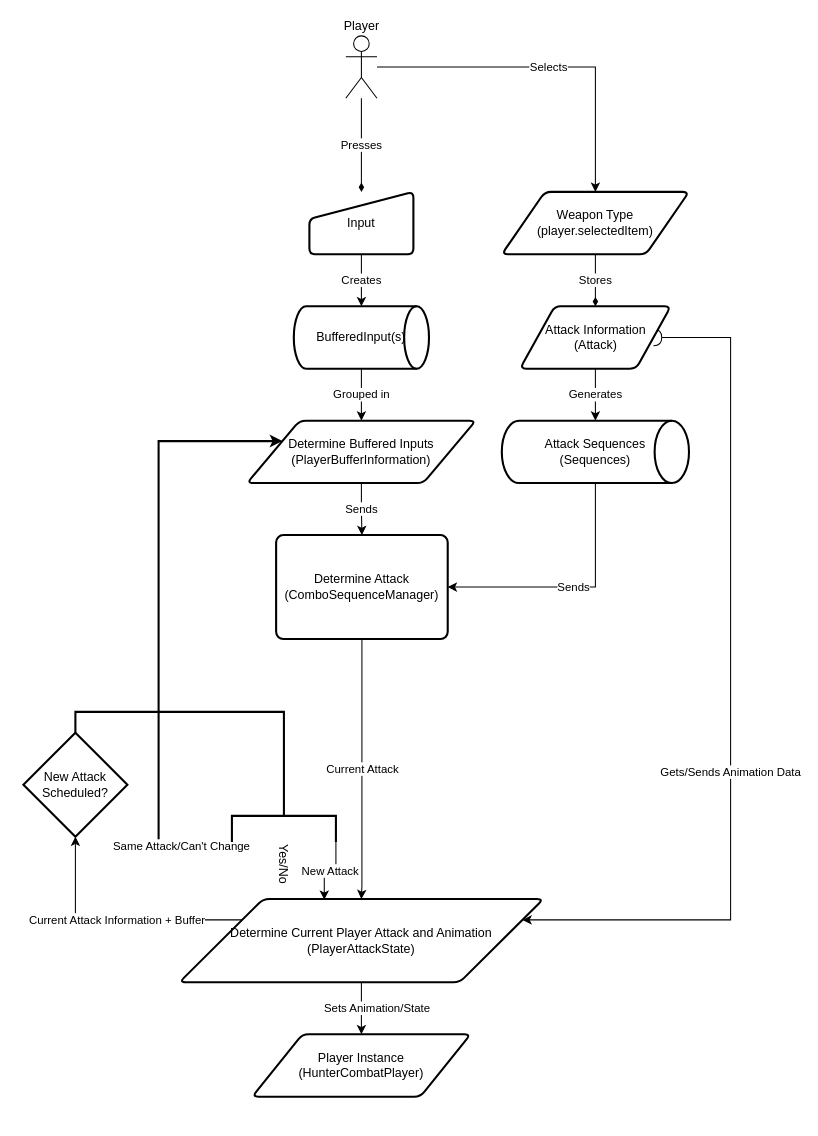
Above: AttackFlowChart.drawio in Gingerbreadman32/HunterCombatMR (draw.io), before the change. Source tidied: cells renumbered, new cells numbered last; positions are measured from the earlier drawing's top-left corner, leaving out a move shared by most shapes. Both pictures are drawn from the tidied source at 104%, with x=0, y=0 at pixel (23, 35).
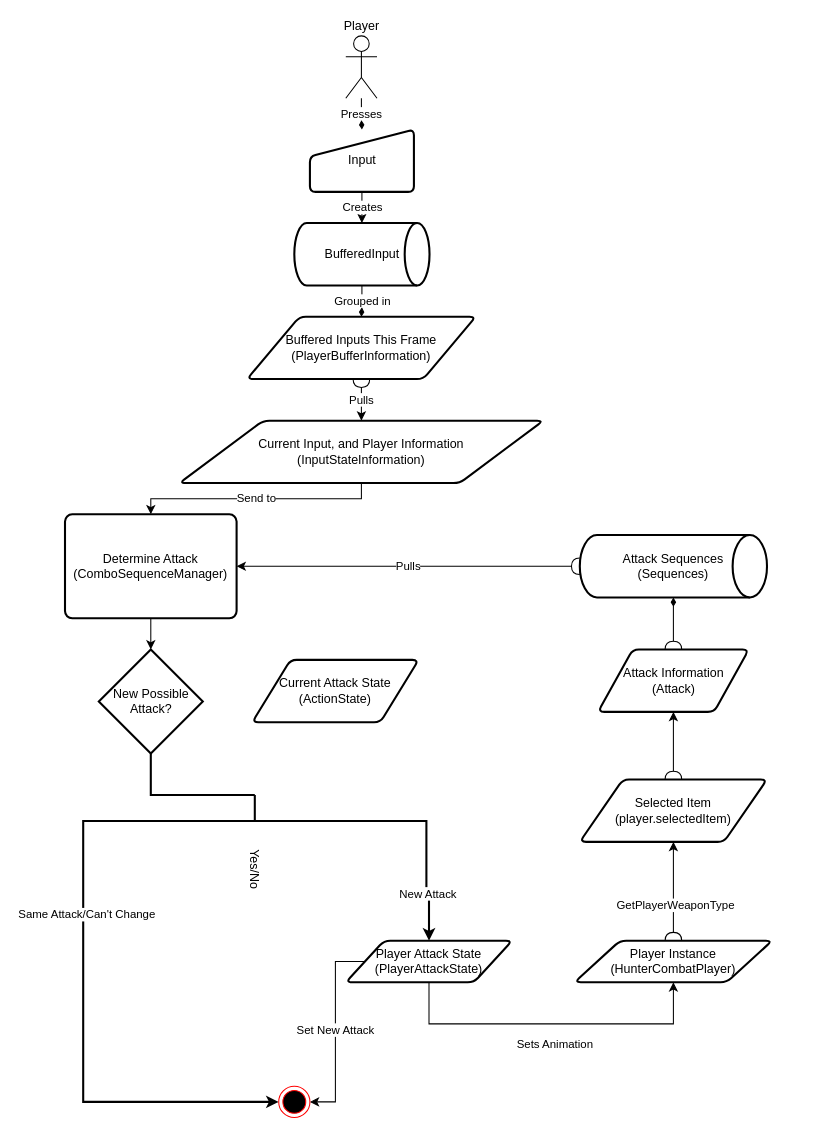
The same diagram, later.

Unchanged cells that the change refers to:
```xml
<mxCell id="4" value="Player" style="shape=umlActor;verticalLabelPosition=top;verticalAlign=bottom;html=1;outlineConnect=0;labelPosition=center;align=center;" parent="1" vertex="1">
  <mxGeometry x="310" width="30" height="60" as="geometry" />
</mxCell>
```

Diff of the diagram source:
```diff
@@
-    <mxCell id="2" value="Presses" style="edgeStyle=orthogonalEdgeStyle;rounded=0;jettySize=auto;html=1;entryX=0.5;entryY=0;entryDx=0;entryDy=0;endArrow=diamondThin;endFill=1;" parent="1" edge="1" source="4">
-      <mxGeometry relative="1" as="geometry">
-        <mxPoint x="325" y="150" as="targetPoint" />
-      </mxGeometry>
+    <mxCell id="2" value="Presses" style="edgeStyle=orthogonalEdgeStyle;rounded=0;jettySize=auto;html=1;entryX=0.5;entryY=0;entryDx=0;entryDy=0;endArrow=diamondThin;endFill=1;" parent="1" edge="1" source="4" target="6">
+      <mxGeometry relative="1" as="geometry" />
     </mxCell>
-    <mxCell id="3" value="Selects" style="edgeStyle=orthogonalEdgeStyle;rounded=0;jettySize=auto;html=1;entryX=0.5;entryY=0;entryDx=0;entryDy=0;" parent="1" edge="1" source="4" target="8">
-      <mxGeometry relative="1" as="geometry" />
-    </mxCell>
@@
     <mxCell id="6" value="Input" style="html=1;strokeWidth=2;shape=manualInput;whiteSpace=wrap;rounded=1;size=26;arcSize=11;" parent="1" vertex="1">
-      <mxGeometry x="275" y="150" width="100" height="60" as="geometry" />
+      <mxGeometry x="275.5" y="90" width="100" height="60" as="geometry" />
     </mxCell>
-    <mxCell id="7" value="Stores" style="edgeStyle=orthogonalEdgeStyle;rounded=0;jettySize=auto;html=1;entryX=0.5;entryY=0;entryDx=0;entryDy=0;endArrow=diamondThin;endFill=1;" parent="1" edge="1" source="8" target="22">
+    <mxCell id="7" style="edgeStyle=orthogonalEdgeStyle;rounded=0;jettySize=auto;html=1;entryX=0.5;entryY=1;entryDx=0;entryDy=0;startArrow=halfCircle;startFill=0;endArrow=classic;endFill=1;" parent="1" edge="1" source="8" target="22">
       <mxGeometry relative="1" as="geometry" />
     </mxCell>
+    <mxCell id="30" style="edgeStyle=orthogonalEdgeStyle;rounded=0;jettySize=auto;html=1;entryX=0.5;entryY=0;entryDx=0;entryDy=0;startArrow=classic;startFill=1;endArrow=halfCircle;endFill=0;" parent="1" edge="1" source="8" target="23">
+      <mxGeometry relative="1" as="geometry">
+        <Array as="points">
+          <mxPoint x="625" y="800" />
+          <mxPoint x="625" y="800" />
+        </Array>
+      </mxGeometry>
+    </mxCell>
+    <mxCell id="31" value="GetPlayerWeaponType" style="edgeLabel;html=1;align=center;verticalAlign=middle;" parent="30" vertex="1">
+      <mxGeometry x="0.26" y="1" relative="1" as="geometry" />
+    </mxCell>
-    <mxCell id="8" value="Weapon Type&lt;br&gt;(player.selectedItem)" style="shape=parallelogram;html=1;strokeWidth=2;perimeter=parallelogramPerimeter;whiteSpace=wrap;rounded=1;arcSize=12;size=0.23;" parent="1" vertex="1">
-      <mxGeometry x="460" y="150" width="180" height="60" as="geometry" />
+    <mxCell id="8" value="Selected Item&lt;br&gt;(player.selectedItem)" style="shape=parallelogram;html=1;strokeWidth=2;perimeter=parallelogramPerimeter;whiteSpace=wrap;rounded=1;arcSize=12;size=0.23;" parent="1" vertex="1">
+      <mxGeometry x="535" y="715" width="180" height="60" as="geometry" />
     </mxCell>
-    <mxCell id="9" value="Sends" style="edgeStyle=orthogonalEdgeStyle;rounded=0;jettySize=auto;html=1;entryX=1;entryY=0.5;entryDx=0;entryDy=0;" parent="1" edge="1" source="10" target="14">
-      <mxGeometry relative="1" as="geometry">
-        <Array as="points">
-          <mxPoint x="550" y="530" />
-        </Array>
-      </mxGeometry>
+    <mxCell id="9" value="Pulls" style="edgeStyle=orthogonalEdgeStyle;rounded=0;jettySize=auto;html=1;entryX=1;entryY=0.5;entryDx=0;entryDy=0;startArrow=halfCircle;startFill=0;endArrow=classic;endFill=1;" parent="1" edge="1" source="10" target="14">
+      <mxGeometry relative="1" as="geometry" />
     </mxCell>
     <mxCell id="10" value="Attack Sequences&lt;br&gt;(Sequences)" style="strokeWidth=2;html=1;shape=mxgraph.flowchart.direct_data;whiteSpace=wrap;" parent="1" vertex="1">
-      <mxGeometry x="460" y="370" width="180" height="60" as="geometry" />
+      <mxGeometry x="535" y="480" width="180" height="60" as="geometry" />
     </mxCell>
-    <mxCell id="11" value="Grouped in" style="edgeStyle=orthogonalEdgeStyle;rounded=0;jettySize=auto;html=1;entryX=0.5;entryY=0;entryDx=0;entryDy=0;" parent="1" edge="1" source="12" target="20">
+    <mxCell id="11" value="Grouped in" style="edgeStyle=orthogonalEdgeStyle;rounded=0;jettySize=auto;html=1;entryX=0.5;entryY=0;entryDx=0;entryDy=0;endArrow=diamondThin;endFill=1;" parent="1" edge="1" source="12" target="20">
       <mxGeometry relative="1" as="geometry" />
     </mxCell>
-    <mxCell id="12" value="BufferedInput(s)" style="strokeWidth=2;html=1;shape=mxgraph.flowchart.direct_data;whiteSpace=wrap;fontFamily=Helvetica;fontSize=12;fontColor=#000000;align=center;strokeColor=#000000;fillColor=#ffffff;" parent="1" vertex="1">
-      <mxGeometry x="260" y="260" width="130" height="60" as="geometry" />
+    <mxCell id="12" value="BufferedInput" style="strokeWidth=2;html=1;shape=mxgraph.flowchart.direct_data;whiteSpace=wrap;fontFamily=Helvetica;fontSize=12;fontColor=#000000;align=center;strokeColor=#000000;fillColor=#ffffff;" parent="1" vertex="1">
+      <mxGeometry x="260.5" y="180" width="130" height="60" as="geometry" />
     </mxCell>
-    <mxCell id="13" value="Current Attack" style="edgeStyle=orthogonalEdgeStyle;rounded=0;jettySize=auto;html=1;exitX=0.5;exitY=1;exitDx=0;exitDy=0;entryX=0.5;entryY=0;entryDx=0;entryDy=0;" parent="1" edge="1" source="14" target="18">
-      <mxGeometry relative="1" as="geometry">
-        <Array as="points">
-          <mxPoint x="326" y="817" />
-        </Array>
-      </mxGeometry>
-    </mxCell>
+    <mxCell id="32" style="edgeStyle=orthogonalEdgeStyle;rounded=0;jettySize=auto;html=1;exitX=0.5;exitY=1;exitDx=0;exitDy=0;entryX=0.5;entryY=0;entryDx=0;entryDy=0;entryPerimeter=0;startArrow=none;startFill=0;endArrow=classic;endFill=1;" parent="1" edge="1" source="14" target="24">
+      <mxGeometry relative="1" as="geometry" />
+    </mxCell>
     <mxCell id="14" value="Determine Attack&lt;br&gt;(ComboSequenceManager)" style="rounded=1;whiteSpace=wrap;html=1;absoluteArcSize=1;arcSize=14;strokeWidth=2;" parent="1" vertex="1">
-      <mxGeometry x="243" y="480" width="165" height="100" as="geometry" />
+      <mxGeometry x="40" y="460" width="165" height="100" as="geometry" />
     </mxCell>
-    <mxCell id="15" value="Gets/Sends Animation Data" style="edgeStyle=orthogonalEdgeStyle;rounded=0;jettySize=auto;html=1;entryX=1;entryY=0.5;entryDx=0;entryDy=0;startArrow=classic;startFill=1;endArrow=halfCircle;endFill=0;" parent="1" edge="1" source="18" target="22">
-      <mxGeometry x="-0.18" relative="1" as="geometry">
-        <Array as="points">
-          <mxPoint x="680" y="850" />
-          <mxPoint x="680" y="290" />
-        </Array>
-      </mxGeometry>
-    </mxCell>
-    <mxCell id="16" value="Sets Animation/State" style="edgeStyle=orthogonalEdgeStyle;rounded=0;jettySize=auto;html=1;entryX=0.5;entryY=0;entryDx=0;entryDy=0;" parent="1" edge="1" source="18" target="23">
-      <mxGeometry y="15" relative="1" as="geometry">
+    <mxCell id="16" value="Sets Animation" style="edgeStyle=orthogonalEdgeStyle;rounded=0;jettySize=auto;html=1;entryX=0.5;entryY=1;entryDx=0;entryDy=0;exitX=0.5;exitY=1;exitDx=0;exitDy=0;" parent="1" edge="1" source="18" target="23">
+      <mxGeometry x="0.02" y="-20" relative="1" as="geometry">
         <Array as="points">
-          <mxPoint x="325" y="920" />
-          <mxPoint x="325" y="920" />
+          <mxPoint x="390" y="950" />
+          <mxPoint x="625" y="950" />
         </Array>
       </mxGeometry>
     </mxCell>
-    <mxCell id="17" value="Current Attack Information + Buffer" style="edgeStyle=orthogonalEdgeStyle;rounded=0;jettySize=auto;html=1;startArrow=none;startFill=0;endArrow=classic;endFill=1;entryX=0.5;entryY=1;entryDx=0;entryDy=0;entryPerimeter=0;" parent="1" edge="1" source="18" target="24">
-      <mxGeometry relative="1" as="geometry">
-        <Array as="points">
-          <mxPoint x="50" y="850" />
-        </Array>
-      </mxGeometry>
-    </mxCell>
+    <mxCell id="33" value="Set New Attack" style="edgeStyle=orthogonalEdgeStyle;rounded=0;jettySize=auto;html=1;startArrow=none;startFill=0;endArrow=classic;endFill=1;entryX=1;entryY=0.5;entryDx=0;entryDy=0;exitX=0;exitY=0.5;exitDx=0;exitDy=0;" parent="1" edge="1" source="18" target="38">
+      <mxGeometry relative="1" as="geometry">
+        <Array as="points">
+          <mxPoint x="300" y="890" />
+          <mxPoint x="300" y="1025" />
+        </Array>
+      </mxGeometry>
+    </mxCell>
-    <mxCell id="18" value="Determine Current Player Attack and Animation&lt;br&gt;(PlayerAttackState)" style="shape=parallelogram;html=1;strokeWidth=2;perimeter=parallelogramPerimeter;whiteSpace=wrap;rounded=1;arcSize=12;size=0.23;" parent="1" vertex="1">
-      <mxGeometry x="150" y="830" width="350" height="80" as="geometry" />
+    <mxCell id="18" value="Player Attack State&lt;br&gt;(PlayerAttackState)" style="shape=parallelogram;html=1;strokeWidth=2;perimeter=parallelogramPerimeter;whiteSpace=wrap;rounded=1;arcSize=12;size=0.23;" parent="1" vertex="1">
+      <mxGeometry x="310" y="870" width="160" height="40" as="geometry" />
     </mxCell>
-    <mxCell id="19" value="Sends" style="edgeStyle=orthogonalEdgeStyle;rounded=0;jettySize=auto;html=1;entryX=0.5;entryY=0;entryDx=0;entryDy=0;" parent="1" edge="1" source="20" target="14">
-      <mxGeometry relative="1" as="geometry" />
-    </mxCell>
+    <mxCell id="34" value="Pulls" style="edgeStyle=orthogonalEdgeStyle;rounded=0;jettySize=auto;html=1;endArrow=classic;endFill=1;startArrow=halfCircle;startFill=0;" parent="1" edge="1" source="20" target="37">
+      <mxGeometry relative="1" as="geometry" />
+    </mxCell>
-    <mxCell id="20" value="Determine Buffered Inputs&lt;br&gt;(PlayerBufferInformation)" style="shape=parallelogram;html=1;strokeWidth=2;perimeter=parallelogramPerimeter;whiteSpace=wrap;rounded=1;arcSize=12;size=0.23;" parent="1" vertex="1">
-      <mxGeometry x="215" y="370" width="220" height="60" as="geometry" />
+    <mxCell id="20" value="Buffered Inputs This Frame&lt;br&gt;(PlayerBufferInformation)" style="shape=parallelogram;html=1;strokeWidth=2;perimeter=parallelogramPerimeter;whiteSpace=wrap;rounded=1;arcSize=12;size=0.23;" parent="1" vertex="1">
+      <mxGeometry x="215" y="270" width="220" height="60" as="geometry" />
     </mxCell>
-    <mxCell id="21" value="Generates" style="edgeStyle=orthogonalEdgeStyle;rounded=0;jettySize=auto;html=1;entryX=0.5;entryY=0;entryDx=0;entryDy=0;entryPerimeter=0;startArrow=none;startFill=0;endArrow=classic;endFill=1;" parent="1" edge="1" source="22" target="10">
+    <mxCell id="21" style="edgeStyle=orthogonalEdgeStyle;rounded=0;jettySize=auto;html=1;entryX=0.5;entryY=1;entryDx=0;entryDy=0;entryPerimeter=0;startArrow=halfCircle;startFill=0;endArrow=diamondThin;endFill=1;" parent="1" edge="1" source="22" target="10">
       <mxGeometry relative="1" as="geometry" />
     </mxCell>
     <mxCell id="22" value="Attack Information&lt;br&gt;(Attack)" style="shape=parallelogram;html=1;strokeWidth=2;perimeter=parallelogramPerimeter;whiteSpace=wrap;rounded=1;arcSize=12;size=0.23;" parent="1" vertex="1">
-      <mxGeometry x="477.5" y="260" width="145" height="60" as="geometry" />
+      <mxGeometry x="552.5" y="590" width="145" height="60" as="geometry" />
     </mxCell>
     <mxCell id="23" value="Player Instance&lt;br&gt;(HunterCombatPlayer)" style="shape=parallelogram;html=1;strokeWidth=2;perimeter=parallelogramPerimeter;whiteSpace=wrap;rounded=1;arcSize=12;size=0.23;" parent="1" vertex="1">
-      <mxGeometry x="220" y="960" width="210" height="60" as="geometry" />
+      <mxGeometry x="530" y="870" width="190" height="40" as="geometry" />
     </mxCell>
+    <mxCell id="35" style="edgeStyle=orthogonalEdgeStyle;rounded=0;jettySize=auto;html=1;exitX=0.5;exitY=1;exitDx=0;exitDy=0;exitPerimeter=0;entryX=0;entryY=0.5;entryDx=0;entryDy=0;entryPerimeter=0;startArrow=none;startFill=0;endArrow=none;endFill=0;strokeWidth=2;" parent="1" edge="1" source="24" target="29">
+      <mxGeometry relative="1" as="geometry">
+        <Array as="points">
+          <mxPoint x="123" y="730" />
+          <mxPoint x="123" y="730" />
+        </Array>
+      </mxGeometry>
+    </mxCell>
-    <mxCell id="24" value="New Attack Scheduled?" style="strokeWidth=2;html=1;shape=mxgraph.flowchart.decision;whiteSpace=wrap;" parent="1" vertex="1">
-      <mxGeometry y="670" width="100" height="100" as="geometry" />
+    <mxCell id="24" value="New Possible Attack?" style="strokeWidth=2;html=1;shape=mxgraph.flowchart.decision;whiteSpace=wrap;" parent="1" vertex="1">
+      <mxGeometry x="72.5" y="590" width="100" height="100" as="geometry" />
     </mxCell>
-    <mxCell id="25" style="edgeStyle=orthogonalEdgeStyle;rounded=0;jettySize=auto;html=1;exitX=0;exitY=0.5;exitDx=0;exitDy=0;exitPerimeter=0;entryX=0.5;entryY=0;entryDx=0;entryDy=0;entryPerimeter=0;endArrow=none;endFill=0;strokeWidth=2;" parent="1" edge="1" source="29" target="24">
-      <mxGeometry relative="1" as="geometry" />
-    </mxCell>
-    <mxCell id="26" style="edgeStyle=orthogonalEdgeStyle;rounded=0;jettySize=auto;html=1;endArrow=classic;endFill=1;strokeWidth=2;entryX=0;entryY=0.25;entryDx=0;entryDy=0;exitX=1;exitY=1;exitDx=0;exitDy=0;exitPerimeter=0;" parent="1" edge="1" source="29" target="20">
+    <mxCell id="26" style="edgeStyle=orthogonalEdgeStyle;rounded=0;jettySize=auto;html=1;endArrow=classic;endFill=1;strokeWidth=2;exitX=1;exitY=1;exitDx=0;exitDy=0;exitPerimeter=0;entryX=0;entryY=0.5;entryDx=0;entryDy=0;" parent="1" edge="1" source="29" target="38">
       <mxGeometry relative="1" as="geometry">
         <Array as="points">
-          <mxPoint x="130" y="775" />
-          <mxPoint x="130" y="390" />
+          <mxPoint x="58" y="1025" />
         </Array>
       </mxGeometry>
     </mxCell>
     <mxCell id="27" value="Same Attack/Can't Change" style="edgeLabel;html=1;align=center;verticalAlign=middle;" parent="26" vertex="1">
-      <mxGeometry x="-0.83" y="3" relative="1" as="geometry" />
+      <mxGeometry x="-0.83" y="3" relative="1" as="geometry">
+        <mxPoint y="27" as="offset" />
+      </mxGeometry>
     </mxCell>
-    <mxCell id="28" value="New Attack" style="edgeStyle=orthogonalEdgeStyle;rounded=0;jettySize=auto;html=1;exitX=1;exitY=0;exitDx=0;exitDy=0;exitPerimeter=0;entryX=0.398;entryY=0.008;entryDx=0;entryDy=0;entryPerimeter=0;startArrow=none;startFill=0;endArrow=classic;endFill=1;" parent="1" edge="1" source="29" target="18">
+    <mxCell id="28" value="New Attack" style="edgeStyle=orthogonalEdgeStyle;rounded=0;jettySize=auto;html=1;exitX=1;exitY=0;exitDx=0;exitDy=0;exitPerimeter=0;entryX=0.5;entryY=0;entryDx=0;entryDy=0;startArrow=none;startFill=0;endArrow=classic;endFill=1;strokeWidth=2;" parent="1" edge="1" source="29" target="18">
       <mxGeometry relative="1" as="geometry" />
     </mxCell>
     <mxCell id="29" value="Yes/No" style="strokeWidth=2;html=1;shape=mxgraph.flowchart.annotation_2;align=left;labelPosition=right;rotation=90;" parent="1" vertex="1">
-      <mxGeometry x="225.5" y="700" width="50" height="100" as="geometry" />
+      <mxGeometry x="197.5" y="590" width="50" height="330" as="geometry" />
     </mxCell>
+    <mxCell id="36" value="Send to" style="edgeStyle=orthogonalEdgeStyle;rounded=0;jettySize=auto;html=1;entryX=0.5;entryY=0;entryDx=0;entryDy=0;" parent="1" edge="1" source="37" target="14">
+      <mxGeometry relative="1" as="geometry">
+        <Array as="points">
+          <mxPoint x="325" y="445" />
+          <mxPoint x="123" y="445" />
+        </Array>
+      </mxGeometry>
+    </mxCell>
+    <mxCell id="37" value="Current Input, and Player Information&lt;br&gt;(InputStateInformation)" style="shape=parallelogram;html=1;strokeWidth=2;perimeter=parallelogramPerimeter;whiteSpace=wrap;rounded=1;arcSize=12;size=0.23;" parent="1" vertex="1">
+      <mxGeometry x="150" y="370" width="350" height="60" as="geometry" />
+    </mxCell>
+    <mxCell id="38" style="ellipse;html=1;shape=endState;fillColor=#000000;strokeColor=#ff0000;" parent="1" vertex="1">
+      <mxGeometry x="245.5" y="1010" width="30" height="30" as="geometry" />
+    </mxCell>
+    <mxCell id="39" value="Current Attack State&lt;br&gt;(ActionState)" style="shape=parallelogram;html=1;strokeWidth=2;perimeter=parallelogramPerimeter;whiteSpace=wrap;rounded=1;arcSize=12;size=0.23;" parent="1" vertex="1">
+      <mxGeometry x="220" y="600" width="160" height="60" as="geometry" />
+    </mxCell>
```
